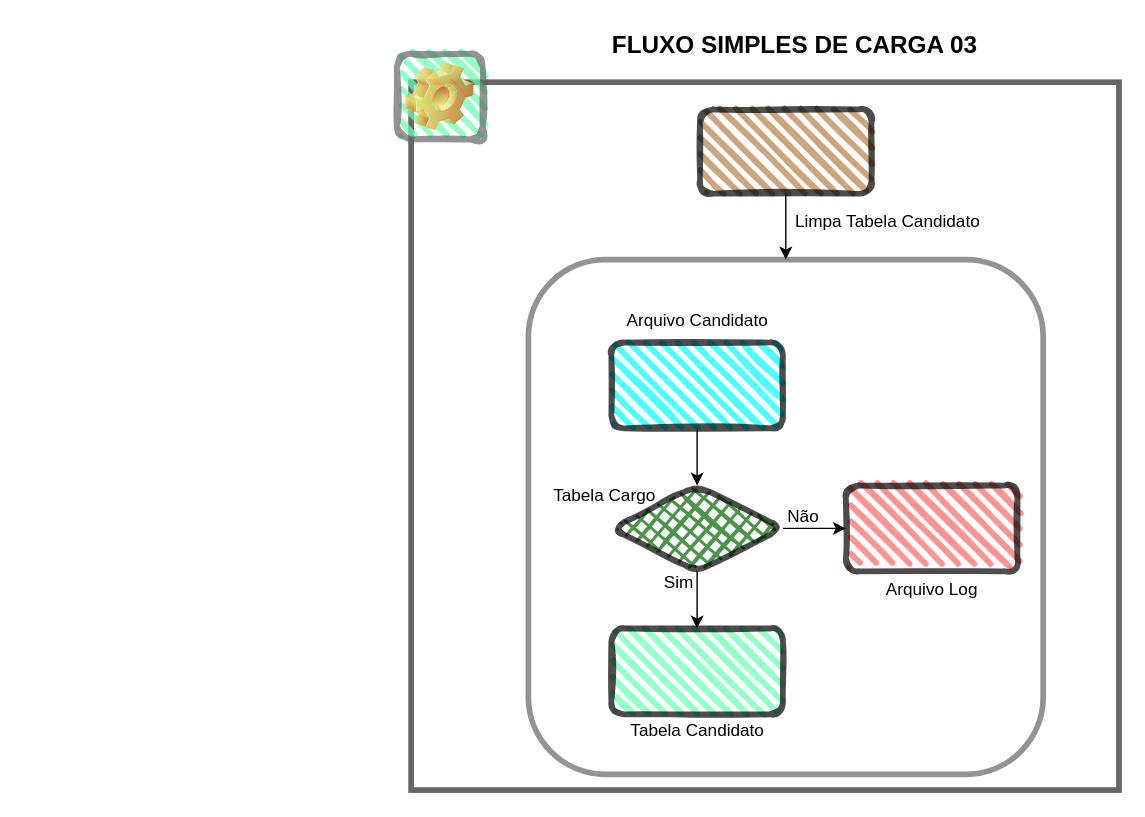
Above: Diagrama sem nome.drawio in dbaassists/Palestra (draw.io), before the change. Source tidied: cells renumbered, new cells numbered last; positions are measured from the earlier drawing's top-left corner, leaving out a move shared by most shapes. Both pictures are drawn from the tidied source at 143%, with x=0, y=0 at pixel (396, 24).
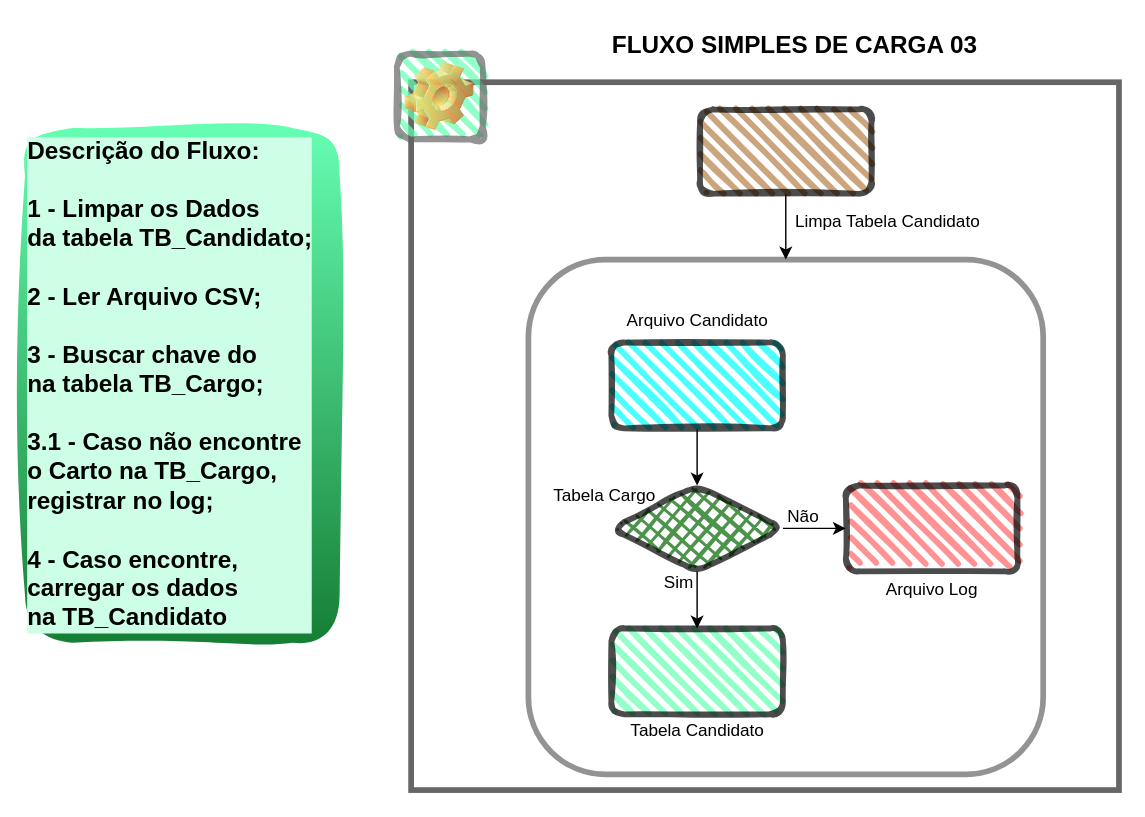
The same diagram, later.

The edit, as a diff of the source:
```diff
@@
+    <mxCell id="22" value="Descrição do Fluxo: &lt;br&gt;&lt;br&gt;1 - Limpar os Dados&lt;br&gt;&lt;div style=&quot;&quot;&gt;&lt;span style=&quot;&quot;&gt;da tabela TB_Candidato;&lt;/span&gt;&lt;/div&gt;&lt;div style=&quot;&quot;&gt;&lt;span style=&quot;&quot;&gt;&lt;br&gt;&lt;/span&gt;&lt;/div&gt;&lt;div style=&quot;&quot;&gt;&lt;span style=&quot;&quot;&gt;2 - Ler Arquivo CSV;&lt;/span&gt;&lt;/div&gt;&lt;div style=&quot;&quot;&gt;&lt;span style=&quot;&quot;&gt;&lt;br&gt;&lt;/span&gt;&lt;/div&gt;&lt;div style=&quot;&quot;&gt;&lt;span style=&quot;&quot;&gt;3 - Buscar chave do&amp;nbsp;&lt;/span&gt;&lt;/div&gt;&lt;div style=&quot;&quot;&gt;&lt;span style=&quot;&quot;&gt;na tabela TB_Cargo;&lt;/span&gt;&lt;/div&gt;&lt;div style=&quot;&quot;&gt;&lt;span style=&quot;&quot;&gt;&lt;br&gt;&lt;/span&gt;&lt;/div&gt;&lt;div style=&quot;&quot;&gt;&lt;span style=&quot;&quot;&gt;3.1 - Caso não encontre&lt;/span&gt;&lt;/div&gt;&lt;div style=&quot;&quot;&gt;&lt;span style=&quot;&quot;&gt;o Carto na TB_Cargo,&amp;nbsp;&lt;/span&gt;&lt;/div&gt;&lt;div style=&quot;&quot;&gt;&lt;span style=&quot;&quot;&gt;registrar no log;&lt;/span&gt;&lt;/div&gt;&lt;br&gt;4 - Caso encontre, &lt;br&gt;carregar os dados &lt;br&gt;na TB_Candidato" style="text;html=1;align=left;verticalAlign=middle;strokeColor=none;fillColor=#66FFB3;strokeWidth=4;fontSize=17;fontStyle=1;labelBorderColor=none;labelBackgroundColor=#CCFFE6;sketch=1;curveFitting=1;jiggle=2;rounded=1;gradientColor=#167E35;spacing=2;shadow=0;" parent="1" vertex="1">
+      <mxGeometry x="-260" y="72" width="220" height="360" as="geometry" />
+    </mxCell>
```
